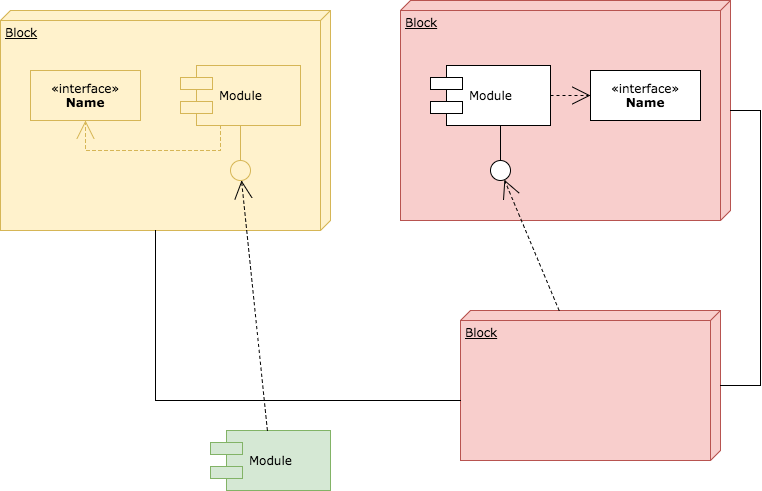
tbozhikov/testing-draw-io keeps this draw.io diagram as diag-1.png. Above is the earlier version. Source tidied: cells renumbered, new cells last; positions are measured from the earlier drawing's top-left corner, leaving out a move shared by most shapes.
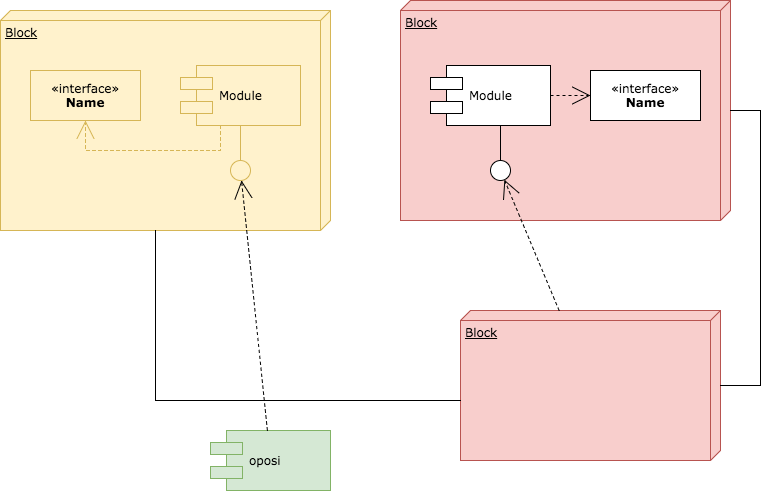
After the change.

Diff of the diagram source:
```diff
@@ -29,7 +29,7 @@
     <mxCell id="10" style="ellipse;whiteSpace=wrap;html=1;rounded=0;shadow=0;comic=0;labelBackgroundColor=none;strokeColor=#000000;strokeWidth=1;fillColor=#ffffff;fontFamily=Verdana;fontSize=12;fontColor=#000000;align=center;" parent="1" vertex="1">
       <mxGeometry x="490" y="160" width="20" height="20" as="geometry" />
     </mxCell>
-    <mxCell id="11" value="Module" style="shape=component;align=left;spacingLeft=36;rounded=0;shadow=0;comic=0;labelBackgroundColor=none;strokeColor=#82b366;strokeWidth=1;fillColor=#d5e8d4;fontFamily=Verdana;fontSize=12;fontColor=#000000;html=1;" parent="1" vertex="1">
+    <mxCell id="11" value="oposi" style="shape=component;align=left;spacingLeft=36;rounded=0;shadow=0;comic=0;labelBackgroundColor=none;strokeColor=#82b366;strokeWidth=1;fillColor=#d5e8d4;fontFamily=Verdana;fontSize=12;fontColor=#000000;html=1;" parent="1" vertex="1">
       <mxGeometry x="210" y="430" width="120" height="60" as="geometry" />
     </mxCell>
     <mxCell id="12" style="edgeStyle=none;rounded=0;html=1;dashed=1;labelBackgroundColor=none;startArrow=none;startFill=0;startSize=8;endArrow=open;endFill=0;endSize=16;fontFamily=Verdana;fontSize=12;" parent="1" edge="1" source="11" target="7">
```
